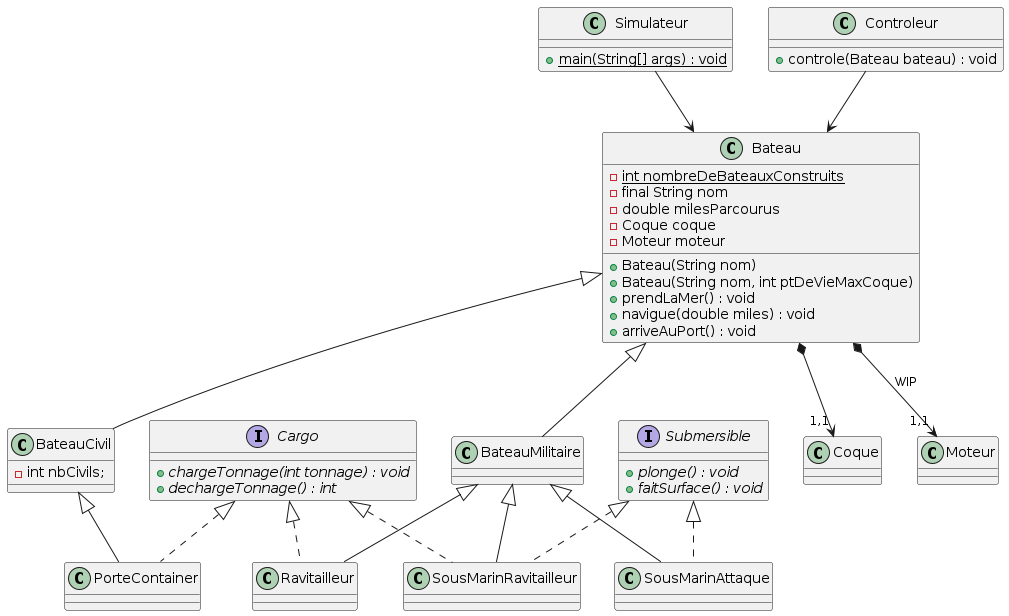
The PlantUML diagram uml/diagramme_classes_simulateur_bateau.png in thau-emile/batal, before a commit.
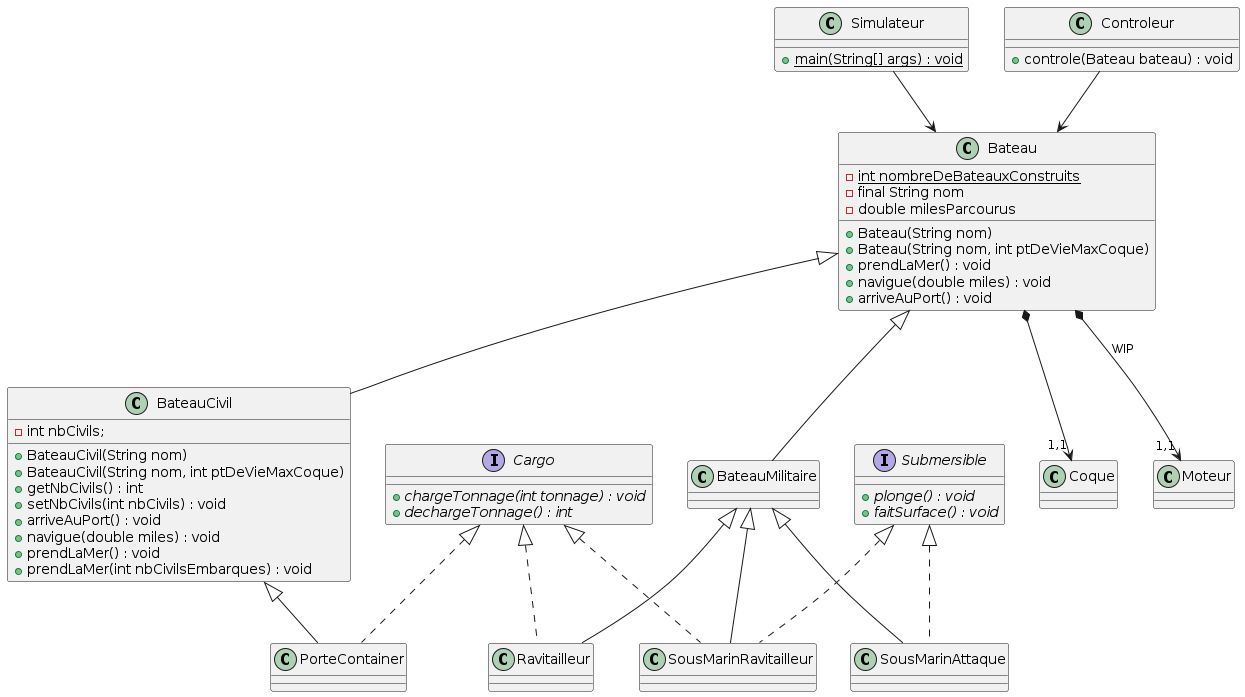
After the change.

Diff of the diagram source:
```diff
@@ -12,8 +12,6 @@
 - {static} int nombreDeBateauxConstruits
 - final String nom
 - double milesParcourus
-- Coque coque
-- Moteur moteur
 
 + Bateau(String nom)
 + Bateau(String nom, int ptDeVieMaxCoque)
@@ -24,6 +22,15 @@
 
 Class BateauCivil{
 - int nbCivils;
+
++ BateauCivil(String nom)
++ BateauCivil(String nom, int ptDeVieMaxCoque)
++ getNbCivils() : int
++ setNbCivils(int nbCivils) : void
++ arriveAuPort() : void
++ navigue(double miles) : void
++ prendLaMer() : void
++ prendLaMer(int nbCivilsEmbarques) : void
 }
 
 Class BateauMilitaire{
```
